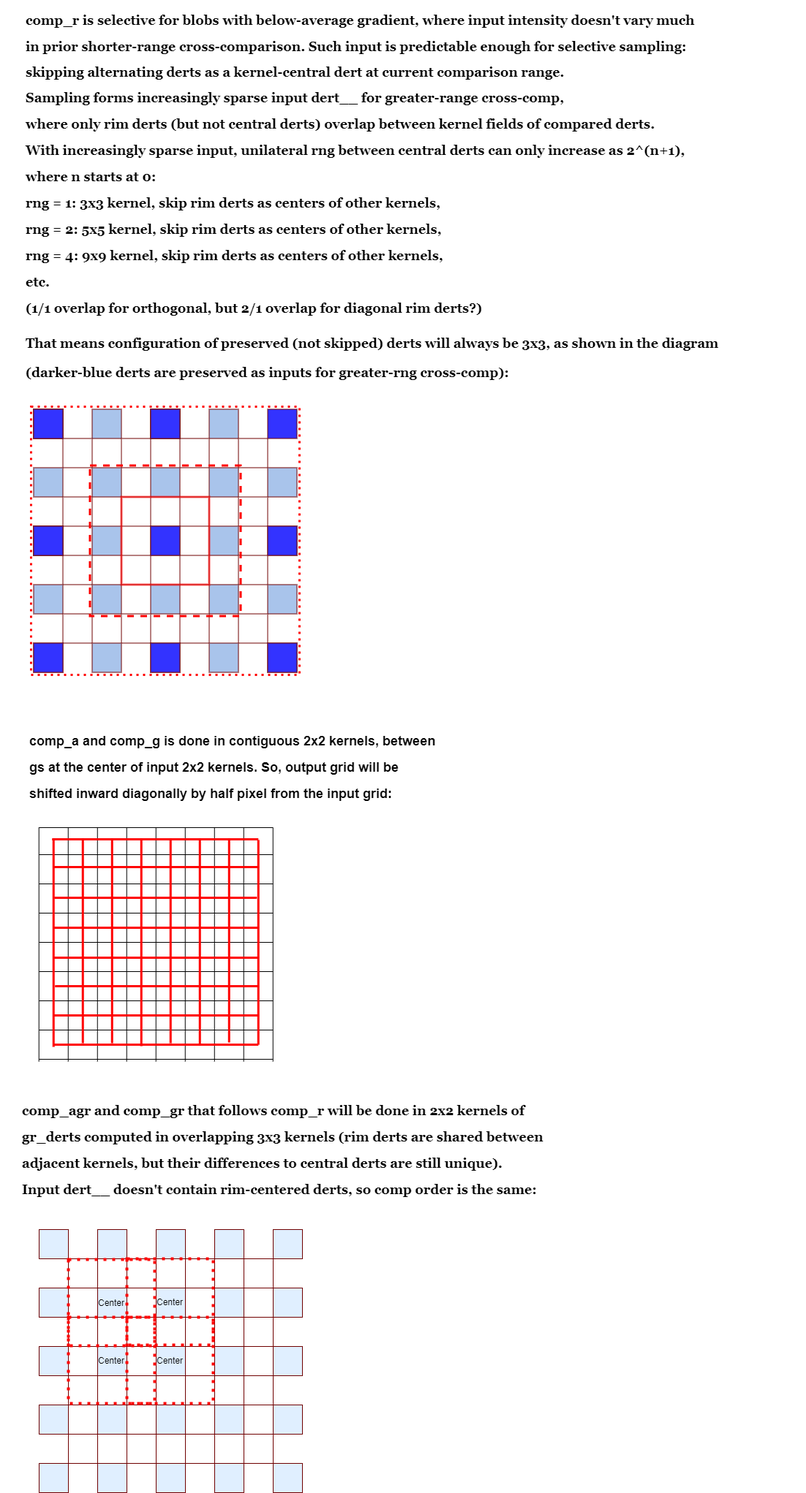
Above: frame_2D_alg/Illustrations/intra_comp_diagrams.png in boris-kz/CogAlg (draw.io), before the change. Source tidied: cells renumbered, new cells last; positions are measured from the earlier drawing's top-left corner, leaving out a move shared by most shapes.
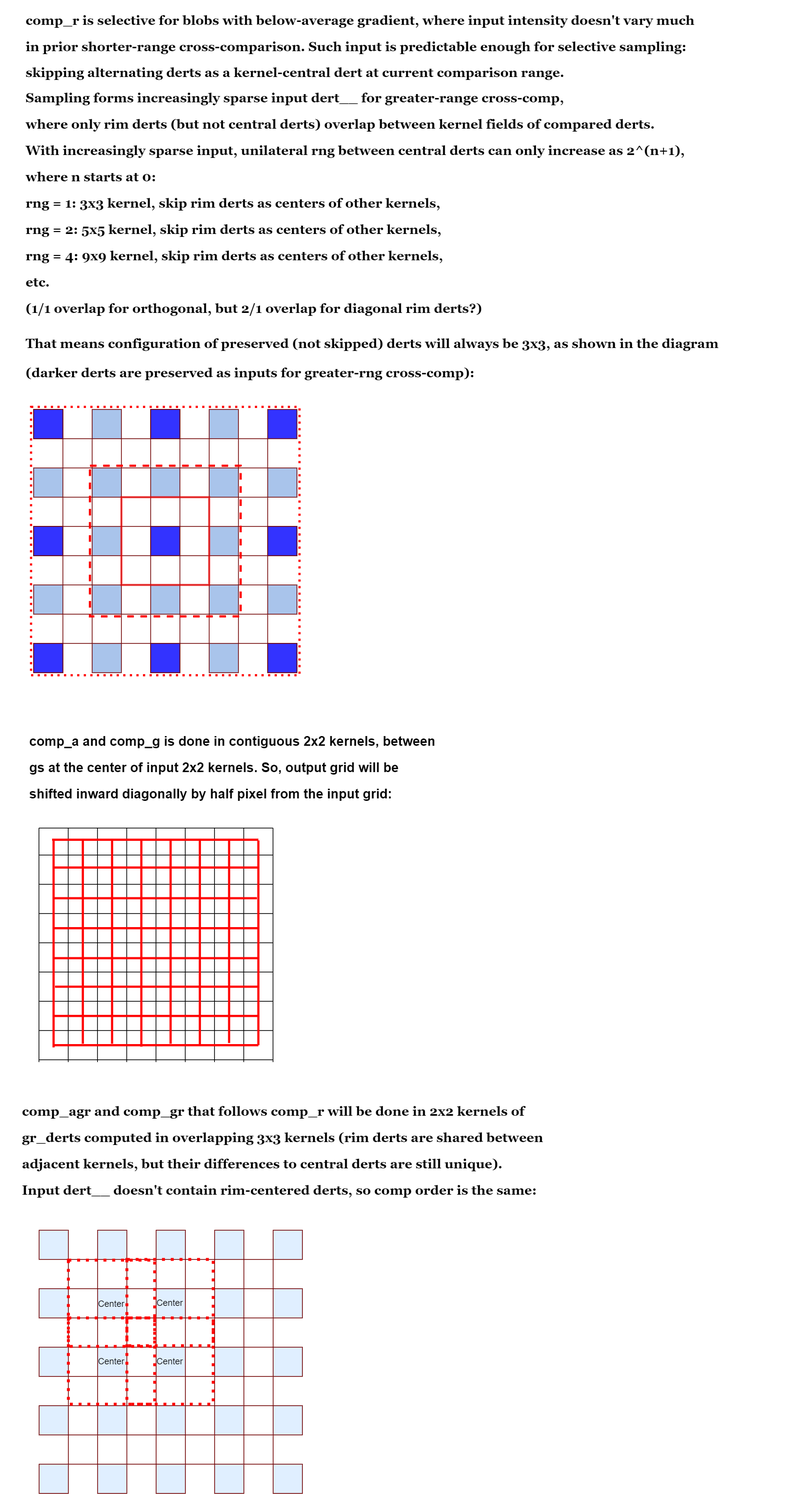
The same diagram one commit later.

Commit message:
minor edits in intra_comp, moving on to comp_param_frame and intra_blob.

What changed in the source:
```diff
@@ -5,7 +5,7 @@
     <mxCell id="2" value="&lt;blockquote style=&quot;margin: 0 0 0 40px ; border: none ; padding: 0px&quot;&gt;&lt;p class=&quot;zw-paragraph&quot; style=&quot;font-size: medium ; white-space: normal ; line-height: 1.5 ; margin-bottom: 0pt&quot;&gt;&lt;br&gt;&lt;/p&gt;&lt;/blockquote&gt;" style="text;html=1;align=left;verticalAlign=middle;" parent="1" vertex="1">
       <mxGeometry y="1465" width="50" height="44" as="geometry" />
     </mxCell>
-    <mxCell id="3" value="&lt;p class=&quot;MsoNormal&quot; style=&quot;margin-bottom: 12pt ; line-height: 90% ; font-size: 18px&quot;&gt;&lt;font style=&quot;font-size: 18px&quot;&gt;&lt;span style=&quot;line-height: 18.4px&quot;&gt;&lt;font style=&quot;font-size: 18px&quot; face=&quot;Georgia&quot;&gt;&lt;b&gt;comp_r is selective for blobs with below-average gradient, where input intensity doesn't&lt;/b&gt;&lt;/font&gt;&lt;/span&gt;&lt;/font&gt;&lt;font&gt;&lt;span style=&quot;line-height: 18.4px&quot;&gt;&lt;font face=&quot;Georgia&quot;&gt;&lt;b&gt;&amp;nbsp;vary much&amp;nbsp;&lt;/b&gt;&lt;/font&gt;&lt;/span&gt;&lt;/font&gt;&lt;/p&gt;&lt;p class=&quot;MsoNormal&quot; style=&quot;margin-bottom: 12pt ; line-height: 90% ; font-size: 18px&quot;&gt;&lt;font&gt;&lt;span style=&quot;line-height: 18.4px&quot;&gt;&lt;font face=&quot;Georgia&quot;&gt;&lt;b&gt;in&amp;nbsp;&lt;/b&gt;&lt;/font&gt;&lt;/span&gt;&lt;b style=&quot;font-family: &amp;#34;georgia&amp;#34;&quot;&gt;prior&amp;nbsp;&lt;/b&gt;&lt;/font&gt;&lt;font&gt;&lt;b style=&quot;font-family: &amp;#34;georgia&amp;#34;&quot;&gt;shorter-range cross-comparison&lt;/b&gt;&lt;/font&gt;&lt;b style=&quot;font-family: &amp;#34;georgia&amp;#34;&quot;&gt;. Such&lt;/b&gt;&lt;b style=&quot;font-family: &amp;#34;georgia&amp;#34;&quot;&gt;&amp;nbsp;input is predictable enough for selective sampling:&amp;nbsp;&lt;/b&gt;&lt;/p&gt;&lt;p class=&quot;MsoNormal&quot; style=&quot;margin-bottom: 12pt ; line-height: 90% ; font-size: 18px&quot;&gt;&lt;b style=&quot;font-family: &amp;#34;georgia&amp;#34;&quot;&gt;skipping alternating derts&lt;/b&gt;&lt;b style=&quot;font-family: &amp;#34;georgia&amp;#34;&quot;&gt;&amp;nbsp;as a kernel-central dert&amp;nbsp;&lt;/b&gt;&lt;b style=&quot;font-family: &amp;#34;georgia&amp;#34;&quot;&gt;at current&amp;nbsp;comparison range&lt;/b&gt;&lt;b style=&quot;font-family: &amp;#34;georgia&amp;#34;&quot;&gt;.&amp;nbsp;&lt;/b&gt;&lt;/p&gt;&lt;p class=&quot;MsoNormal&quot; style=&quot;margin-bottom: 12pt ; line-height: 100% ; font-size: 18px&quot;&gt;&lt;b style=&quot;font-family: &amp;#34;georgia&amp;#34;&quot;&gt;Sampling forms increasingly sparse input dert__ for greater-range cross-comp,&amp;nbsp;&lt;/b&gt;&lt;/p&gt;&lt;p class=&quot;MsoNormal&quot; style=&quot;margin-bottom: 12pt ; line-height: 100% ; font-size: 18px&quot;&gt;&lt;b style=&quot;font-family: &amp;#34;georgia&amp;#34;&quot;&gt;where only rim derts&amp;nbsp;&lt;/b&gt;&lt;b style=&quot;font-family: &amp;#34;georgia&amp;#34;&quot;&gt;(but not central derts) overlap&amp;nbsp;&lt;/b&gt;&lt;b style=&quot;font-family: &amp;#34;georgia&amp;#34;&quot;&gt;between kernel fields of compared derts.&lt;/b&gt;&lt;/p&gt;&lt;p class=&quot;MsoNormal&quot; style=&quot;margin-bottom: 12pt ; line-height: 100% ; font-size: 18px&quot;&gt;&lt;b style=&quot;font-family: &amp;#34;georgia&amp;#34;&quot;&gt;With increasingly sparse input, unilateral rng between central derts can only increase as&lt;/b&gt;&lt;b style=&quot;font-family: &amp;#34;georgia&amp;#34;&quot;&gt;&amp;nbsp;2^(n+1),&amp;nbsp;&lt;/b&gt;&lt;/p&gt;&lt;p class=&quot;MsoNormal&quot; style=&quot;margin-bottom: 12pt ; line-height: 100% ; font-size: 18px&quot;&gt;&lt;b style=&quot;font-family: &amp;#34;georgia&amp;#34;&quot;&gt;where n starts at 0:&amp;nbsp;&lt;/b&gt;&lt;/p&gt;&lt;p class=&quot;MsoNormal&quot; style=&quot;margin-bottom: 12pt ; line-height: 100% ; font-size: 18px&quot;&gt;&lt;b style=&quot;font-family: &amp;#34;georgia&amp;#34;&quot;&gt;rng = 1: 3x3 kernel, skip rim derts as centers of other kernels,&lt;/b&gt;&lt;/p&gt;&lt;p class=&quot;MsoNormal&quot; style=&quot;margin-bottom: 12pt ; line-height: 100% ; font-size: 18px&quot;&gt;&lt;b style=&quot;font-family: &amp;#34;georgia&amp;#34;&quot;&gt;rng = 2: 5x5 kernel,&amp;nbsp;&lt;/b&gt;&lt;b style=&quot;font-family: &amp;#34;georgia&amp;#34;&quot;&gt;skip rim derts as centers of other kernels&lt;/b&gt;&lt;b style=&quot;font-family: &amp;#34;georgia&amp;#34;&quot;&gt;,&lt;/b&gt;&lt;/p&gt;&lt;p class=&quot;MsoNormal&quot; style=&quot;margin-bottom: 12pt ; line-height: 100% ; font-size: 18px&quot;&gt;&lt;b style=&quot;font-family: &amp;#34;georgia&amp;#34;&quot;&gt;rng = 4: 9x9 kernel,&amp;nbsp;&lt;/b&gt;&lt;b style=&quot;font-family: &amp;#34;georgia&amp;#34;&quot;&gt;skip rim derts as centers of other kernels&lt;/b&gt;&lt;b style=&quot;font-family: &amp;#34;georgia&amp;#34;&quot;&gt;,&amp;nbsp;&lt;/b&gt;&lt;/p&gt;&lt;p class=&quot;MsoNormal&quot; style=&quot;margin-bottom: 12pt ; line-height: 100% ; font-size: 18px&quot;&gt;&lt;b style=&quot;font-family: &amp;#34;georgia&amp;#34;&quot;&gt;etc.&amp;nbsp;&lt;/b&gt;&lt;/p&gt;&lt;p class=&quot;MsoNormal&quot; style=&quot;margin-bottom: 12pt ; line-height: 100% ; font-size: 18px&quot;&gt;&lt;b style=&quot;font-family: &amp;#34;georgia&amp;#34;&quot;&gt;(1/1 overlap for orthogonal, but 2/1 overlap for diagonal rim derts?)&lt;/b&gt;&lt;/p&gt;&lt;p class=&quot;MsoNormal&quot; style=&quot;margin-bottom: 12pt ; line-height: 1.15px ; font-size: 18px&quot;&gt;&lt;b style=&quot;font-family: &amp;#34;georgia&amp;#34;&quot;&gt;&lt;font style=&quot;font-size: 18px&quot;&gt;&lt;br&gt;&lt;/font&gt;&lt;/b&gt;&lt;/p&gt;&lt;p class=&quot;MsoNormal&quot; style=&quot;margin-bottom: 12pt ; line-height: 1.15px ; font-size: 18px&quot;&gt;&lt;b style=&quot;font-family: &amp;#34;georgia&amp;#34;&quot;&gt;That means configuration of preserved (not skipped) derts will always be 3x3,&amp;nbsp;as shown in the diagram&lt;/b&gt;&lt;br&gt;&lt;/p&gt;&lt;p class=&quot;MsoNormal&quot; style=&quot;margin-bottom: 12pt ; line-height: 1.15px ; font-size: 18px&quot;&gt;&lt;b style=&quot;font-family: &amp;#34;georgia&amp;#34;&quot;&gt;&lt;br&gt;&lt;/b&gt;&lt;/p&gt;&lt;p class=&quot;MsoNormal&quot; style=&quot;margin-bottom: 12pt ; line-height: 1.15px ; font-size: 18px&quot;&gt;&lt;b style=&quot;font-family: &amp;#34;georgia&amp;#34;&quot;&gt;&lt;font style=&quot;font-size: 18px&quot;&gt;(darker-blue derts are preserved as inputs for greater-rng cross-comp):&lt;/font&gt;&lt;/b&gt;&lt;/p&gt;&lt;p class=&quot;MsoNormal&quot; style=&quot;margin-bottom: 12pt ; line-height: 1.15px ; font-size: 18px&quot;&gt;&lt;b style=&quot;font-family: &amp;#34;georgia&amp;#34;&quot;&gt;&lt;font style=&quot;font-size: 18px&quot;&gt;&lt;br&gt;&lt;/font&gt;&lt;/b&gt;&lt;/p&gt;" style="text;html=1;strokeColor=none;fillColor=none;align=left;verticalAlign=middle;whiteSpace=wrap;rounded=0;" parent="1" vertex="1">
+    <mxCell id="3" value="&lt;p class=&quot;MsoNormal&quot; style=&quot;margin-bottom: 12pt ; line-height: 90% ; font-size: 18px&quot;&gt;&lt;font style=&quot;font-size: 18px&quot;&gt;&lt;span style=&quot;line-height: 18.4px&quot;&gt;&lt;font style=&quot;font-size: 18px&quot; face=&quot;Georgia&quot;&gt;&lt;b&gt;comp_r is selective for blobs with below-average gradient, where input intensity doesn't&lt;/b&gt;&lt;/font&gt;&lt;/span&gt;&lt;/font&gt;&lt;font&gt;&lt;span style=&quot;line-height: 18.4px&quot;&gt;&lt;font face=&quot;Georgia&quot;&gt;&lt;b&gt;&amp;nbsp;vary much&amp;nbsp;&lt;/b&gt;&lt;/font&gt;&lt;/span&gt;&lt;/font&gt;&lt;/p&gt;&lt;p class=&quot;MsoNormal&quot; style=&quot;margin-bottom: 12pt ; line-height: 90% ; font-size: 18px&quot;&gt;&lt;font&gt;&lt;span style=&quot;line-height: 18.4px&quot;&gt;&lt;font face=&quot;Georgia&quot;&gt;&lt;b&gt;in&amp;nbsp;&lt;/b&gt;&lt;/font&gt;&lt;/span&gt;&lt;b style=&quot;font-family: &amp;#34;georgia&amp;#34;&quot;&gt;prior&amp;nbsp;&lt;/b&gt;&lt;/font&gt;&lt;font&gt;&lt;b style=&quot;font-family: &amp;#34;georgia&amp;#34;&quot;&gt;shorter-range cross-comparison&lt;/b&gt;&lt;/font&gt;&lt;b style=&quot;font-family: &amp;#34;georgia&amp;#34;&quot;&gt;. Such&lt;/b&gt;&lt;b style=&quot;font-family: &amp;#34;georgia&amp;#34;&quot;&gt;&amp;nbsp;input is predictable enough for selective sampling:&amp;nbsp;&lt;/b&gt;&lt;/p&gt;&lt;p class=&quot;MsoNormal&quot; style=&quot;margin-bottom: 12pt ; line-height: 90% ; font-size: 18px&quot;&gt;&lt;b style=&quot;font-family: &amp;#34;georgia&amp;#34;&quot;&gt;skipping alternating derts&lt;/b&gt;&lt;b style=&quot;font-family: &amp;#34;georgia&amp;#34;&quot;&gt;&amp;nbsp;as a kernel-central dert&amp;nbsp;&lt;/b&gt;&lt;b style=&quot;font-family: &amp;#34;georgia&amp;#34;&quot;&gt;at current&amp;nbsp;comparison range&lt;/b&gt;&lt;b style=&quot;font-family: &amp;#34;georgia&amp;#34;&quot;&gt;.&amp;nbsp;&lt;/b&gt;&lt;/p&gt;&lt;p class=&quot;MsoNormal&quot; style=&quot;margin-bottom: 12pt ; line-height: 100% ; font-size: 18px&quot;&gt;&lt;b style=&quot;font-family: &amp;#34;georgia&amp;#34;&quot;&gt;Sampling forms increasingly sparse input dert__ for greater-range cross-comp,&amp;nbsp;&lt;/b&gt;&lt;/p&gt;&lt;p class=&quot;MsoNormal&quot; style=&quot;margin-bottom: 12pt ; line-height: 100% ; font-size: 18px&quot;&gt;&lt;b style=&quot;font-family: &amp;#34;georgia&amp;#34;&quot;&gt;where only rim derts&amp;nbsp;&lt;/b&gt;&lt;b style=&quot;font-family: &amp;#34;georgia&amp;#34;&quot;&gt;(but not central derts) overlap&amp;nbsp;&lt;/b&gt;&lt;b style=&quot;font-family: &amp;#34;georgia&amp;#34;&quot;&gt;between kernel fields of compared derts.&lt;/b&gt;&lt;/p&gt;&lt;p class=&quot;MsoNormal&quot; style=&quot;margin-bottom: 12pt ; line-height: 100% ; font-size: 18px&quot;&gt;&lt;b style=&quot;font-family: &amp;#34;georgia&amp;#34;&quot;&gt;With increasingly sparse input, unilateral rng between central derts can only increase as&lt;/b&gt;&lt;b style=&quot;font-family: &amp;#34;georgia&amp;#34;&quot;&gt;&amp;nbsp;2^(n+1),&amp;nbsp;&lt;/b&gt;&lt;/p&gt;&lt;p class=&quot;MsoNormal&quot; style=&quot;margin-bottom: 12pt ; line-height: 100% ; font-size: 18px&quot;&gt;&lt;b style=&quot;font-family: &amp;#34;georgia&amp;#34;&quot;&gt;where n starts at 0:&amp;nbsp;&lt;/b&gt;&lt;/p&gt;&lt;p class=&quot;MsoNormal&quot; style=&quot;margin-bottom: 12pt ; line-height: 100% ; font-size: 18px&quot;&gt;&lt;b style=&quot;font-family: &amp;#34;georgia&amp;#34;&quot;&gt;rng = 1: 3x3 kernel, skip rim derts as centers of other kernels,&lt;/b&gt;&lt;/p&gt;&lt;p class=&quot;MsoNormal&quot; style=&quot;margin-bottom: 12pt ; line-height: 100% ; font-size: 18px&quot;&gt;&lt;b style=&quot;font-family: &amp;#34;georgia&amp;#34;&quot;&gt;rng = 2: 5x5 kernel,&amp;nbsp;&lt;/b&gt;&lt;b style=&quot;font-family: &amp;#34;georgia&amp;#34;&quot;&gt;skip rim derts as centers of other kernels&lt;/b&gt;&lt;b style=&quot;font-family: &amp;#34;georgia&amp;#34;&quot;&gt;,&lt;/b&gt;&lt;/p&gt;&lt;p class=&quot;MsoNormal&quot; style=&quot;margin-bottom: 12pt ; line-height: 100% ; font-size: 18px&quot;&gt;&lt;b style=&quot;font-family: &amp;#34;georgia&amp;#34;&quot;&gt;rng = 4: 9x9 kernel,&amp;nbsp;&lt;/b&gt;&lt;b style=&quot;font-family: &amp;#34;georgia&amp;#34;&quot;&gt;skip rim derts as centers of other kernels&lt;/b&gt;&lt;b style=&quot;font-family: &amp;#34;georgia&amp;#34;&quot;&gt;,&amp;nbsp;&lt;/b&gt;&lt;/p&gt;&lt;p class=&quot;MsoNormal&quot; style=&quot;margin-bottom: 12pt ; line-height: 100% ; font-size: 18px&quot;&gt;&lt;b style=&quot;font-family: &amp;#34;georgia&amp;#34;&quot;&gt;etc.&amp;nbsp;&lt;/b&gt;&lt;/p&gt;&lt;p class=&quot;MsoNormal&quot; style=&quot;margin-bottom: 12pt ; line-height: 100% ; font-size: 18px&quot;&gt;&lt;b style=&quot;font-family: &amp;#34;georgia&amp;#34;&quot;&gt;(1/1 overlap for orthogonal, but 2/1 overlap for diagonal rim derts?)&lt;/b&gt;&lt;/p&gt;&lt;p class=&quot;MsoNormal&quot; style=&quot;margin-bottom: 12pt ; line-height: 1.15px ; font-size: 18px&quot;&gt;&lt;b style=&quot;font-family: &amp;#34;georgia&amp;#34;&quot;&gt;&lt;font style=&quot;font-size: 18px&quot;&gt;&lt;br&gt;&lt;/font&gt;&lt;/b&gt;&lt;/p&gt;&lt;p class=&quot;MsoNormal&quot; style=&quot;margin-bottom: 12pt ; line-height: 1.15px ; font-size: 18px&quot;&gt;&lt;b style=&quot;font-family: &amp;#34;georgia&amp;#34;&quot;&gt;That means configuration of preserved (not skipped) derts will always be 3x3,&amp;nbsp;as shown in the diagram&lt;/b&gt;&lt;br&gt;&lt;/p&gt;&lt;p class=&quot;MsoNormal&quot; style=&quot;margin-bottom: 12pt ; line-height: 1.15px ; font-size: 18px&quot;&gt;&lt;b style=&quot;font-family: &amp;#34;georgia&amp;#34;&quot;&gt;&lt;br&gt;&lt;/b&gt;&lt;/p&gt;&lt;p class=&quot;MsoNormal&quot; style=&quot;margin-bottom: 12pt ; line-height: 1.15px ; font-size: 18px&quot;&gt;&lt;b style=&quot;font-family: &amp;#34;georgia&amp;#34;&quot;&gt;&lt;font style=&quot;font-size: 18px&quot;&gt;(darker derts are preserved as inputs for greater-rng cross-comp):&lt;/font&gt;&lt;/b&gt;&lt;/p&gt;&lt;p class=&quot;MsoNormal&quot; style=&quot;margin-bottom: 12pt ; line-height: 1.15px ; font-size: 18px&quot;&gt;&lt;b style=&quot;font-family: &amp;#34;georgia&amp;#34;&quot;&gt;&lt;font style=&quot;font-size: 18px&quot;&gt;&lt;br&gt;&lt;/font&gt;&lt;/b&gt;&lt;/p&gt;" style="text;html=1;strokeColor=none;fillColor=none;align=left;verticalAlign=middle;whiteSpace=wrap;rounded=0;" parent="1" vertex="1">
       <mxGeometry x="32.8" width="1068" height="285" as="geometry" />
     </mxCell>
     <mxCell id="4" style="whiteSpace=wrap;html=1;strokeColor=#6F0000;fillColor=#E0EFFF;fontColor=#ffffff;" parent="1" vertex="1">
```
